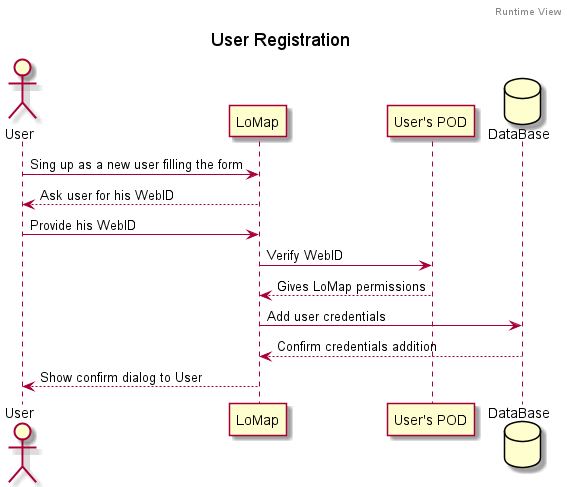
Above: images/Register sequence diagram.png in Arquisoft/lomap_es2c (PlantUML), before the change.
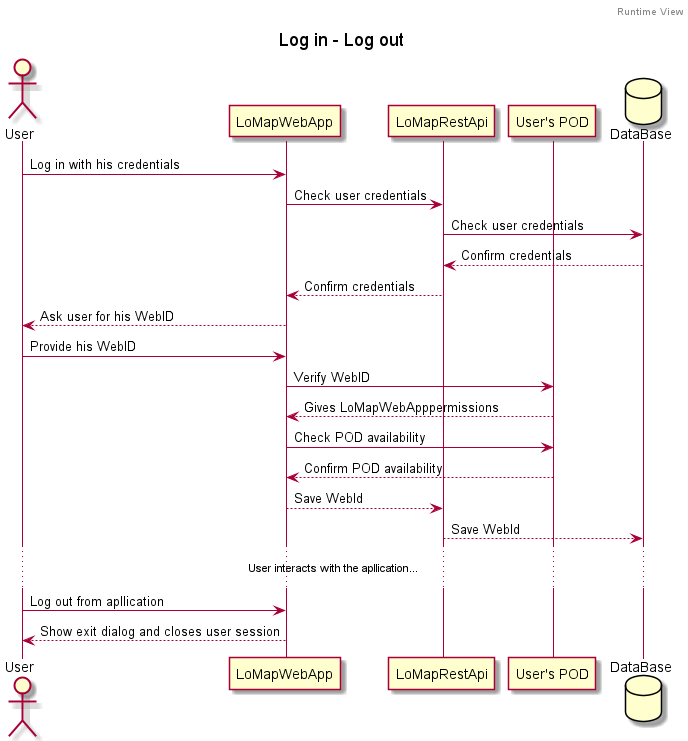
After the change.

Diff of the diagram source:
```diff
@@ -1,18 +1,34 @@
 @startuml
 header Runtime View
-title User Registration
+title Log in - Log out
 Actor User
-Participant LoMap
+Participant LoMapWebApp
+Participant LoMapRestApi
 Participant POD as "User's POD"
 Database DataBase as "DataBase"
 
-User -> LoMap: Sing up as a new user filling the form
-User <-- LoMap: Ask user for his WebID
-User -> LoMap: Provide his WebID
-LoMap -> POD: Verify WebID
-LoMap <-- POD: Gives LoMap permissions
+User -> LoMapWebApp: Log in with his credentials
+LoMapWebApp-> LoMapRestApi: Check user credentials
+LoMapRestApi-> DataBase: Check user credentials
+LoMapRestApi<-- DataBase: Confirm credentials
+LoMapWebApp<-- LoMapRestApi: Confirm credentials
 
-LoMap -> DataBase: Add user credentials
-LoMap <-- DataBase: Confirm credentials addition
-User <-- LoMap: Show confirm dialog to User
+
+User <-- LoMapWebApp: Ask user for his WebID
+User -> LoMapWebApp: Provide his WebID
+LoMapWebApp-> POD: Verify WebID
+LoMapWebApp<-- POD: Gives LoMapWebApppermissions
+
+
+LoMapWebApp-> POD: Check POD availability
+POD --> LoMapWebApp: Confirm POD availability
+
+
+LoMapWebApp-->LoMapRestApi:Save WebId
+LoMapRestApi-->DataBase:Save WebId
+
+...User interacts with the apllication......
+
+User -> LoMapWebApp: Log out from apllication
+LoMapWebApp--> User: Show exit dialog and closes user session
 @enduml
```
